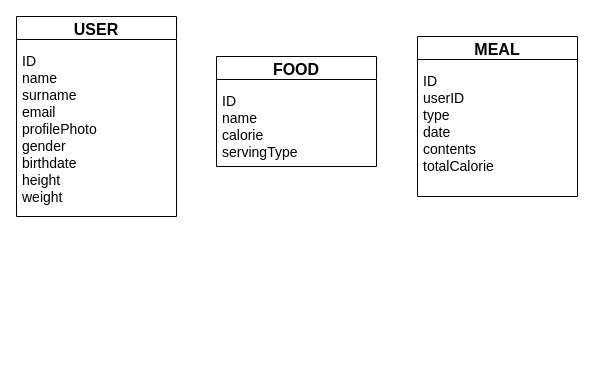
The draw.io diagram Database.drawio in ImageProcessingBasedDietApp/ColabWorks, before the edit. Source tidied: cells renumbered, new cells numbered last; positions are measured from the earlier drawing's top-left corner, leaving out a move shared by most shapes. Both pictures are drawn from the tidied source at 100%, with x=0, y=0 at pixel (16, 16).
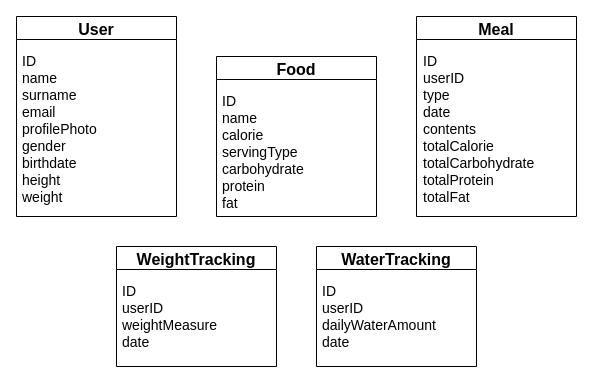
After the change.

What changed in the source:
```diff
@@
 <mxGraphModel>
   <root>
     <mxCell id="0" />
     <mxCell id="1" parent="0" />
-    <mxCell id="2" value="USER" style="swimlane;fontSize=16;" parent="1" vertex="1">
+    <mxCell id="2" value="User" style="swimlane;fontSize=16;" parent="1" vertex="1">
       <mxGeometry width="160" height="200" as="geometry" />
     </mxCell>
     <mxCell id="3" value="ID&#10;name&#10;surname &#10;email &#10;profilePhoto&#10;gender&#10;birthdate&#10;height &#10;weight&#10;" style="text;strokeColor=none;fillColor=none;align=left;verticalAlign=top;spacingLeft=4;spacingRight=4;overflow=hidden;fontSize=14;" parent="2" vertex="1">
       <mxGeometry y="30" width="160" height="160" as="geometry" />
     </mxCell>
-    <mxCell id="4" value="FOOD" style="swimlane;fontSize=16;" parent="1" vertex="1">
-      <mxGeometry x="200" y="40" width="160" height="110" as="geometry" />
+    <mxCell id="4" value="Food" style="swimlane;fontSize=16;" parent="1" vertex="1">
+      <mxGeometry x="200" y="40" width="160" height="160" as="geometry" />
     </mxCell>
-    <mxCell id="5" value="ID&#10;name&#10;calorie&#10;servingType" style="text;strokeColor=none;fillColor=none;align=left;verticalAlign=top;spacingLeft=4;spacingRight=4;overflow=hidden;fontSize=14;" parent="4" vertex="1">
-      <mxGeometry y="30" width="160" height="80" as="geometry" />
+    <mxCell id="5" value="ID&#10;name&#10;calorie&#10;servingType&#10;carbohydrate &#10;protein &#10;fat" style="text;strokeColor=none;fillColor=none;align=left;verticalAlign=top;spacingLeft=4;spacingRight=4;overflow=hidden;fontSize=14;" parent="4" vertex="1">
+      <mxGeometry y="30" width="160" height="130" as="geometry" />
     </mxCell>
-    <mxCell id="6" value="MEAL" style="swimlane;fontSize=16;" parent="1" vertex="1">
-      <mxGeometry x="401" y="20" width="160" height="160" as="geometry" />
+    <mxCell id="6" value="Meal" style="swimlane;fontSize=16;" parent="1" vertex="1">
+      <mxGeometry x="400" width="160" height="200" as="geometry" />
     </mxCell>
-    <mxCell id="7" value="ID&#10;userID &#10;type&#10;date&#10;contents&#10;totalCalorie" style="text;strokeColor=none;fillColor=none;align=left;verticalAlign=top;spacingLeft=4;spacingRight=4;overflow=hidden;fontSize=14;" parent="6" vertex="1">
-      <mxGeometry y="30" width="160" height="100" as="geometry" />
+    <mxCell id="7" value="ID&#10;userID &#10;type&#10;date&#10;contents&#10;totalCalorie&#10;totalCarbohydrate &#10;totalProtein &#10;totalFat&#10;" style="text;strokeColor=none;fillColor=none;align=left;verticalAlign=top;spacingLeft=4;spacingRight=4;overflow=hidden;fontSize=14;" parent="6" vertex="1">
+      <mxGeometry x="1" y="30" width="159" height="170" as="geometry" />
     </mxCell>
+    <mxCell id="8" value="WaterTracking" style="swimlane;fontSize=16;" parent="1" vertex="1">
+      <mxGeometry x="300" y="230" width="160" height="120" as="geometry" />
+    </mxCell>
+    <mxCell id="9" value="ID&#10;userID&#10;dailyWaterAmount&#10;date" style="text;strokeColor=none;fillColor=none;align=left;verticalAlign=top;spacingLeft=4;spacingRight=4;overflow=hidden;fontSize=14;" parent="8" vertex="1">
+      <mxGeometry y="30" width="160" height="90" as="geometry" />
+    </mxCell>
+    <mxCell id="10" value="WeightTracking" style="swimlane;fontSize=16;" parent="1" vertex="1">
+      <mxGeometry x="100" y="230" width="160" height="120" as="geometry" />
+    </mxCell>
+    <mxCell id="11" value="ID &#10;userID&#10;weightMeasure&#10;date &#10;" style="text;strokeColor=none;fillColor=none;align=left;verticalAlign=top;spacingLeft=4;spacingRight=4;overflow=hidden;fontSize=14;" parent="10" vertex="1">
+      <mxGeometry y="30" width="160" height="90" as="geometry" />
+    </mxCell>
   </root>
 </mxGraphModel>
```
